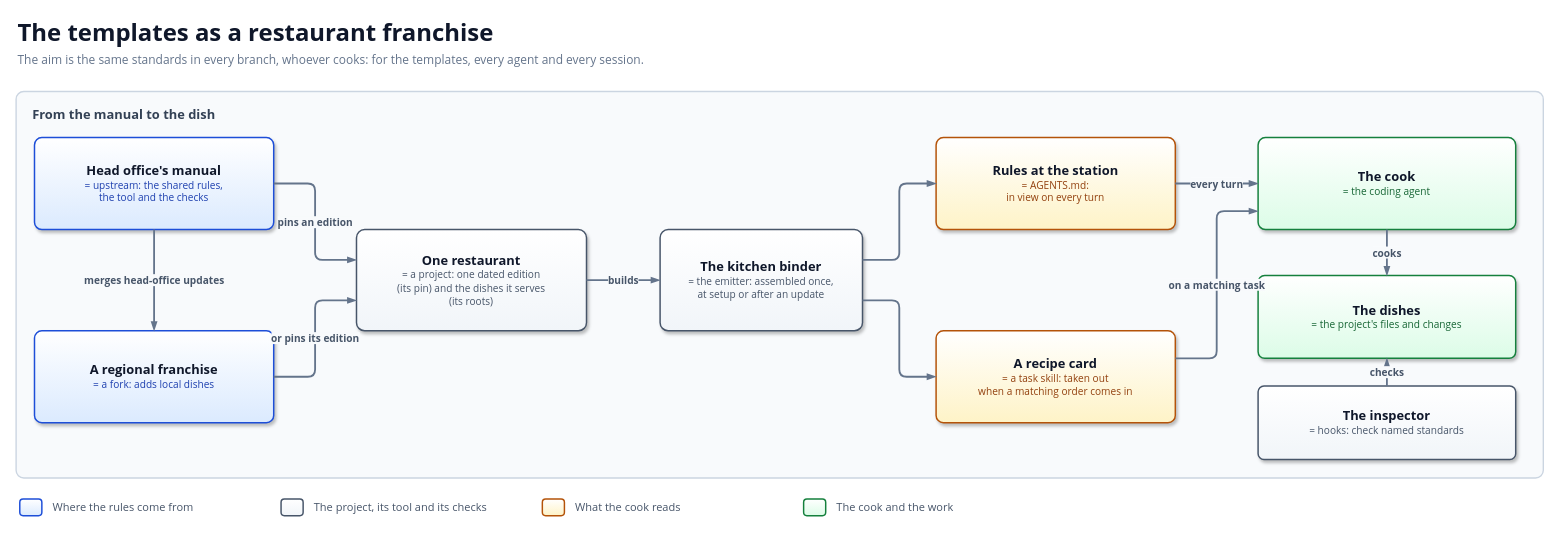
solid-ai-dev/solid-ai-templates keeps this draw.io diagram as docs/diagrams/primer-franchise.drawio. Above is the earlier version. Source tidied: cells renumbered, new cells numbered last; positions are measured from the earlier drawing's top-left corner, leaving out a move shared by most shapes. Both pictures are drawn from the tidied source at 92%, with x=0, y=0 at pixel (16, 16).
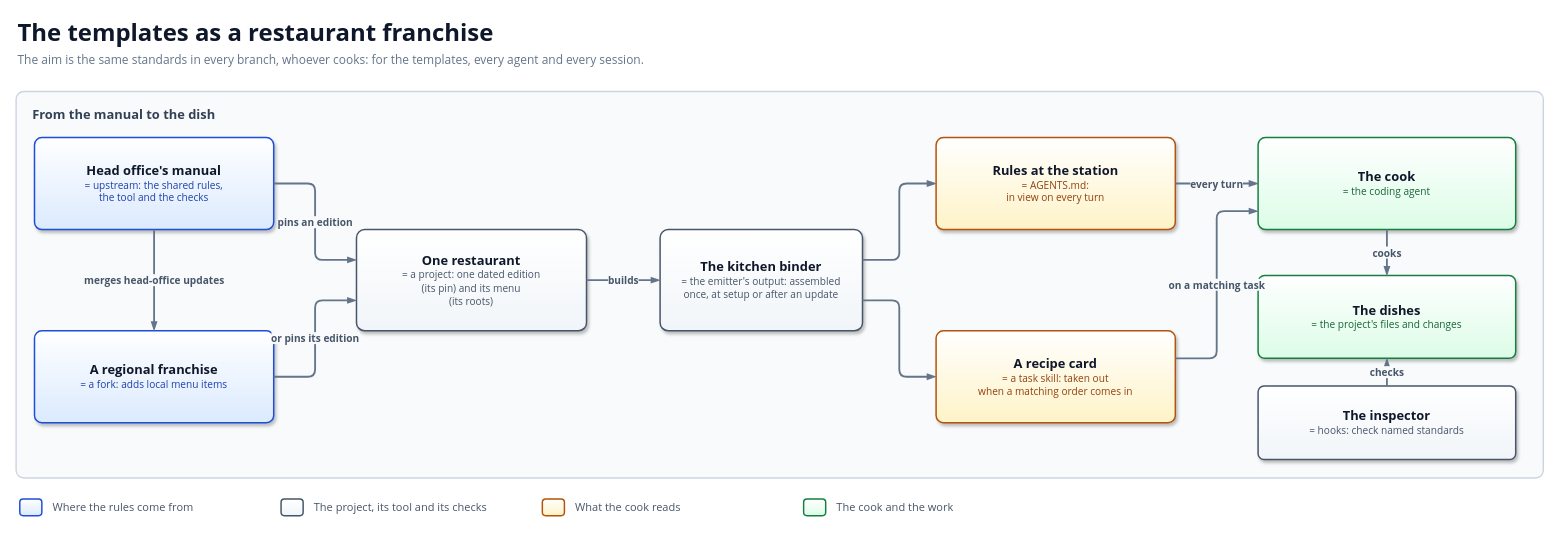
The same page after the edit.

Commit message (it also covers changes not shown here):
docs(primer): keep the menu, the dishes and the binder apart in the analogy (#2481)

Claude-Session: https://claude.ai/code/session_01DpT5xNnRJb1cwm2T3M4JoY

Diff of the diagram source:
```diff
@@
-    <mxCell id="6" value="&lt;b style='font-size:14px;color:#0F172A'&gt;A regional franchise&lt;/b&gt;&lt;br&gt;&lt;span style='font-size:11px;color:#1E40AF'&gt;= a fork: adds local dishes&lt;/span&gt;" style="rounded=1;arcSize=8;whiteSpace=wrap;html=1;fillColor=#DBEAFE;gradientColor=#FFFFFF;gradientDirection=north;strokeColor=#1D4ED8;strokeWidth=1.6;shadow=1;align=center;fontFamily=Segoe UI;fontColor=#0F172A;spacing=6;" parent="1" vertex="1">
+    <mxCell id="6" value="&lt;b style='font-size:14px;color:#0F172A'&gt;A regional franchise&lt;/b&gt;&lt;br&gt;&lt;span style='font-size:11px;color:#1E40AF'&gt;= a fork: adds local menu items&lt;/span&gt;" style="rounded=1;arcSize=8;whiteSpace=wrap;html=1;fillColor=#DBEAFE;gradientColor=#FFFFFF;gradientDirection=north;strokeColor=#1D4ED8;strokeWidth=1.6;shadow=1;align=center;fontFamily=Segoe UI;fontColor=#0F172A;spacing=6;" parent="1" vertex="1">
       <mxGeometry x="20" y="342" width="260" height="100" as="geometry" />
     </mxCell>
-    <mxCell id="7" value="&lt;b style='font-size:14px;color:#0F172A'&gt;One restaurant&lt;/b&gt;&lt;br&gt;&lt;span style='font-size:11px;color:#475569'&gt;= a project: one dated edition&lt;br&gt;(its pin) and the dishes it serves&lt;br&gt;(its roots)&lt;/span&gt;" style="rounded=1;arcSize=8;whiteSpace=wrap;html=1;fillColor=#F1F5F9;gradientColor=#FFFFFF;gradientDirection=north;strokeColor=#475569;strokeWidth=1.6;shadow=1;align=center;fontFamily=Segoe UI;fontColor=#0F172A;spacing=6;" parent="1" vertex="1">
+    <mxCell id="7" value="&lt;b style='font-size:14px;color:#0F172A'&gt;One restaurant&lt;/b&gt;&lt;br&gt;&lt;span style='font-size:11px;color:#475569'&gt;= a project: one dated edition&lt;br&gt;(its pin) and its menu&lt;br&gt;(its roots)&lt;/span&gt;" style="rounded=1;arcSize=8;whiteSpace=wrap;html=1;fillColor=#F1F5F9;gradientColor=#FFFFFF;gradientDirection=north;strokeColor=#475569;strokeWidth=1.6;shadow=1;align=center;fontFamily=Segoe UI;fontColor=#0F172A;spacing=6;" parent="1" vertex="1">
       <mxGeometry x="370" y="232" width="250" height="110" as="geometry" />
     </mxCell>
-    <mxCell id="8" value="&lt;b style='font-size:14px;color:#0F172A'&gt;The kitchen binder&lt;/b&gt;&lt;br&gt;&lt;span style='font-size:11px;color:#475569'&gt;= the emitter: assembled once,&lt;br&gt;at setup or after an update&lt;/span&gt;" style="rounded=1;arcSize=8;whiteSpace=wrap;html=1;fillColor=#F1F5F9;gradientColor=#FFFFFF;gradientDirection=north;strokeColor=#475569;strokeWidth=1.6;shadow=1;align=center;fontFamily=Segoe UI;fontColor=#0F172A;spacing=6;" parent="1" vertex="1">
+    <mxCell id="8" value="&lt;b style='font-size:14px;color:#0F172A'&gt;The kitchen binder&lt;/b&gt;&lt;br&gt;&lt;span style='font-size:11px;color:#475569'&gt;= the emitter's output: assembled&lt;br&gt;once, at setup or after an update&lt;/span&gt;" style="rounded=1;arcSize=8;whiteSpace=wrap;html=1;fillColor=#F1F5F9;gradientColor=#FFFFFF;gradientDirection=north;strokeColor=#475569;strokeWidth=1.6;shadow=1;align=center;fontFamily=Segoe UI;fontColor=#0F172A;spacing=6;" parent="1" vertex="1">
       <mxGeometry x="700" y="232" width="220" height="110" as="geometry" />
     </mxCell>
```
